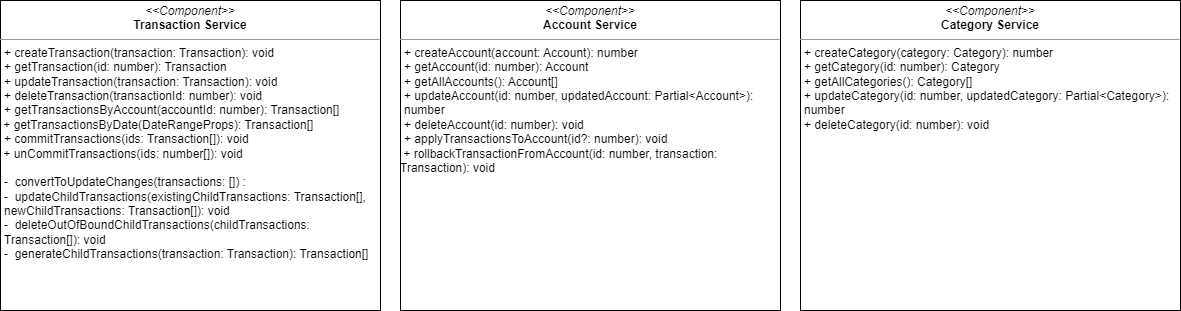
Above: ERD_and_Implementation/diagrams/services.drawio.png in ssanjose/transact (draw.io), before the change. Source tidied: cells renumbered, new cells last; positions are measured from the earlier drawing's top-left corner, leaving out a move shared by most shapes.
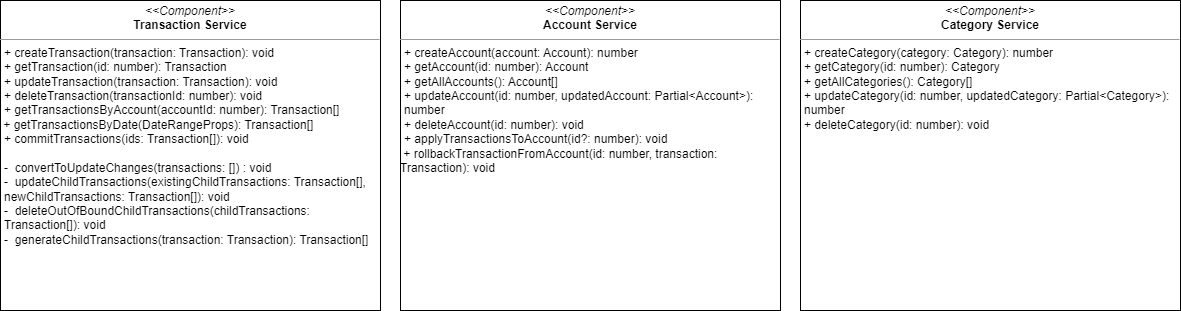
The same file after the commit.

What changed in the source:
```diff
@@ -2,7 +2,7 @@
   <root>
     <mxCell id="0" />
     <mxCell id="1" parent="0" />
-    <mxCell id="2" value="&lt;p style=&quot;margin:0px;margin-top:4px;text-align:center;&quot;&gt;&lt;i&gt;&amp;lt;&amp;lt;Component&amp;gt;&amp;gt;&lt;/i&gt;&lt;br&gt;&lt;span style=&quot;font-weight: 700;&quot;&gt;Transaction Service&lt;/span&gt;&lt;/p&gt;&lt;hr size=&quot;1&quot;&gt;&lt;p style=&quot;margin:0px;margin-left:4px;&quot;&gt;+ createTransaction(transaction: Transaction): void&lt;br&gt;+ getTransaction(id: number): Transaction&lt;/p&gt;&lt;p style=&quot;margin:0px;margin-left:4px;&quot;&gt;+ updateTransaction(transaction: Transaction): void&lt;br&gt;&lt;/p&gt;&lt;p style=&quot;margin:0px;margin-left:4px;&quot;&gt;+ deleteTransaction(transactionId: number): void&lt;br&gt;&lt;/p&gt;&lt;p style=&quot;margin:0px;margin-left:4px;&quot;&gt;+ getTransactionsByAccount(accountId: number): Transaction[]&lt;/p&gt;&amp;nbsp;+&amp;nbsp;&lt;span style=&quot;background-color: initial;&quot;&gt;getTransactionsByDate(DateRangeProps): Transaction[]&lt;br&gt;&lt;/span&gt;&lt;p style=&quot;margin: 0px 0px 0px 4px;&quot;&gt;+ commitTransactions(ids: Transaction[]): void&lt;span style=&quot;background-color: initial;&quot;&gt;&amp;nbsp;&lt;/span&gt;&lt;/p&gt;&amp;nbsp;+ unCommitTransactions(ids: number[]): void&lt;br&gt;&lt;p style=&quot;margin:0px;margin-left:4px;&quot;&gt;&lt;br&gt;&lt;/p&gt;&lt;p style=&quot;margin:0px;margin-left:4px;&quot;&gt;-&amp;nbsp; convertToUpdateChanges(transactions: []) :&amp;nbsp;&lt;/p&gt;&lt;p style=&quot;margin:0px;margin-left:4px;&quot;&gt;-&amp;nbsp; updateChildTransactions(existingChildTransactions: Transaction[], newChildTransactions: Transaction[]): void&lt;/p&gt;&lt;p style=&quot;margin:0px;margin-left:4px;&quot;&gt;-&amp;nbsp; deleteOutOfBoundChildTransactions(childTransactions: Transaction[]): void&lt;/p&gt;&lt;p style=&quot;margin:0px;margin-left:4px;&quot;&gt;-&amp;nbsp; generateChildTransactions(transaction: Transaction): Transaction[]&lt;/p&gt;" style="verticalAlign=top;align=left;overflow=fill;fontSize=12;fontFamily=Helvetica;html=1;whiteSpace=wrap;" parent="1" vertex="1">
+    <mxCell id="2" value="&lt;p style=&quot;margin:0px;margin-top:4px;text-align:center;&quot;&gt;&lt;i&gt;&amp;lt;&amp;lt;Component&amp;gt;&amp;gt;&lt;/i&gt;&lt;br&gt;&lt;span style=&quot;font-weight: 700;&quot;&gt;Transaction Service&lt;/span&gt;&lt;/p&gt;&lt;hr size=&quot;1&quot;&gt;&lt;p style=&quot;margin:0px;margin-left:4px;&quot;&gt;+ createTransaction(transaction: Transaction): void&lt;br&gt;+ getTransaction(id: number): Transaction&lt;/p&gt;&lt;p style=&quot;margin:0px;margin-left:4px;&quot;&gt;+ updateTransaction(transaction: Transaction): void&lt;br&gt;&lt;/p&gt;&lt;p style=&quot;margin:0px;margin-left:4px;&quot;&gt;+ deleteTransaction(transactionId: number): void&lt;br&gt;&lt;/p&gt;&lt;p style=&quot;margin:0px;margin-left:4px;&quot;&gt;+ getTransactionsByAccount(accountId: number): Transaction[]&lt;/p&gt;&amp;nbsp;+&amp;nbsp;&lt;span style=&quot;background-color: initial;&quot;&gt;getTransactionsByDate(DateRangeProps): Transaction[]&lt;br&gt;&lt;/span&gt;&lt;p style=&quot;margin: 0px 0px 0px 4px;&quot;&gt;+ commitTransactions(ids: Transaction[]): void&lt;span style=&quot;background-color: initial;&quot;&gt;&amp;nbsp;&lt;/span&gt;&lt;/p&gt;&lt;p style=&quot;margin:0px;margin-left:4px;&quot;&gt;&lt;br&gt;&lt;/p&gt;&lt;p style=&quot;margin:0px;margin-left:4px;&quot;&gt;-&amp;nbsp; convertToUpdateChanges(transactions: []) : void&lt;/p&gt;&lt;p style=&quot;margin:0px;margin-left:4px;&quot;&gt;-&amp;nbsp; updateChildTransactions(existingChildTransactions: Transaction[], newChildTransactions: Transaction[]): void&lt;/p&gt;&lt;p style=&quot;margin:0px;margin-left:4px;&quot;&gt;-&amp;nbsp; deleteOutOfBoundChildTransactions(childTransactions: Transaction[]): void&lt;/p&gt;&lt;p style=&quot;margin:0px;margin-left:4px;&quot;&gt;-&amp;nbsp; generateChildTransactions(transaction: Transaction): Transaction[]&lt;/p&gt;" style="verticalAlign=top;align=left;overflow=fill;fontSize=12;fontFamily=Helvetica;html=1;whiteSpace=wrap;" parent="1" vertex="1">
       <mxGeometry width="380" height="310" as="geometry" />
     </mxCell>
     <mxCell id="3" value="&lt;p style=&quot;margin:0px;margin-top:4px;text-align:center;&quot;&gt;&lt;i&gt;&amp;lt;&amp;lt;Component&amp;gt;&amp;gt;&lt;/i&gt;&lt;br&gt;&lt;span style=&quot;font-weight: 700;&quot;&gt;Account Service&lt;/span&gt;&lt;/p&gt;&lt;hr size=&quot;1&quot;&gt;&lt;p style=&quot;margin:0px;margin-left:4px;&quot;&gt;+ createAccount(account: Account): number&lt;br&gt;+ getAccount(id: number): Account&lt;/p&gt;&lt;p style=&quot;margin:0px;margin-left:4px;&quot;&gt;+ getAllAccounts(): Account[]&lt;br&gt;&lt;/p&gt;&lt;p style=&quot;margin:0px;margin-left:4px;&quot;&gt;+ updateAccount(id: number, updatedAccount: Partial&amp;lt;Account&amp;gt;): number&lt;br&gt;&lt;/p&gt;&lt;p style=&quot;margin:0px;margin-left:4px;&quot;&gt;+ deleteAccount(id: number): void&lt;/p&gt;&lt;p style=&quot;margin:0px;margin-left:4px;&quot;&gt;+ applyTransactionsToAccount(id?: number): void&lt;/p&gt;&amp;nbsp;+ rollbackTransactionFromAccount(id: number, transaction: Transaction): void&amp;nbsp;&lt;br&gt;&lt;p style=&quot;margin:0px;margin-left:4px;&quot;&gt;&lt;br&gt;&lt;/p&gt;&lt;p style=&quot;margin:0px;margin-left:4px;&quot;&gt;&lt;br&gt;&lt;/p&gt;" style="verticalAlign=top;align=left;overflow=fill;fontSize=12;fontFamily=Helvetica;html=1;whiteSpace=wrap;" parent="1" vertex="1">
```
